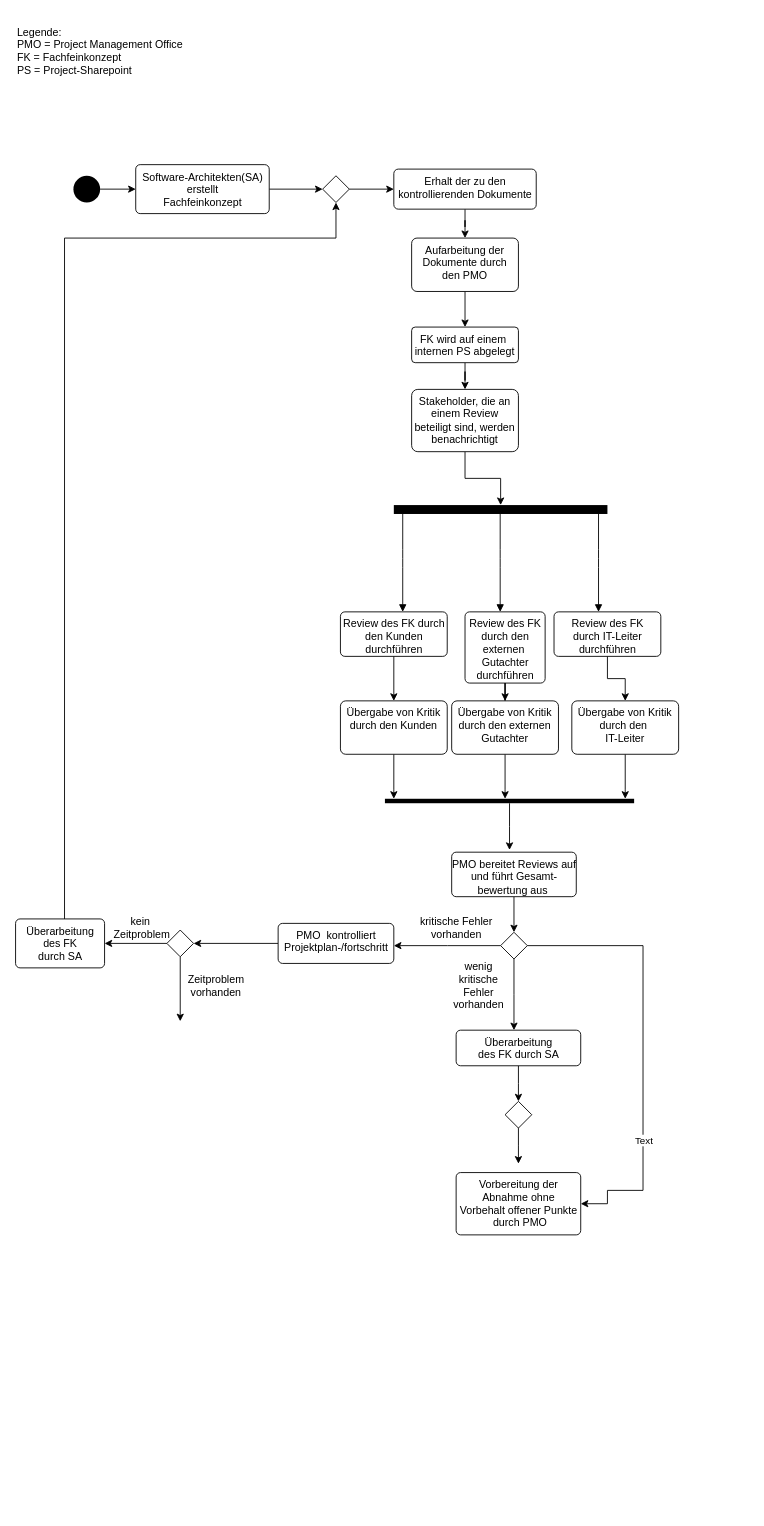
Above: Untitled Diagram.drawio in nfried2s/Studentofhbrs (draw.io), before the change. Source tidied: cells renumbered, new cells numbered last; positions are measured from the earlier drawing's top-left corner, leaving out a move shared by most shapes. Both pictures are drawn from the tidied source at 89%, with x=0, y=0 at pixel (15, 24).
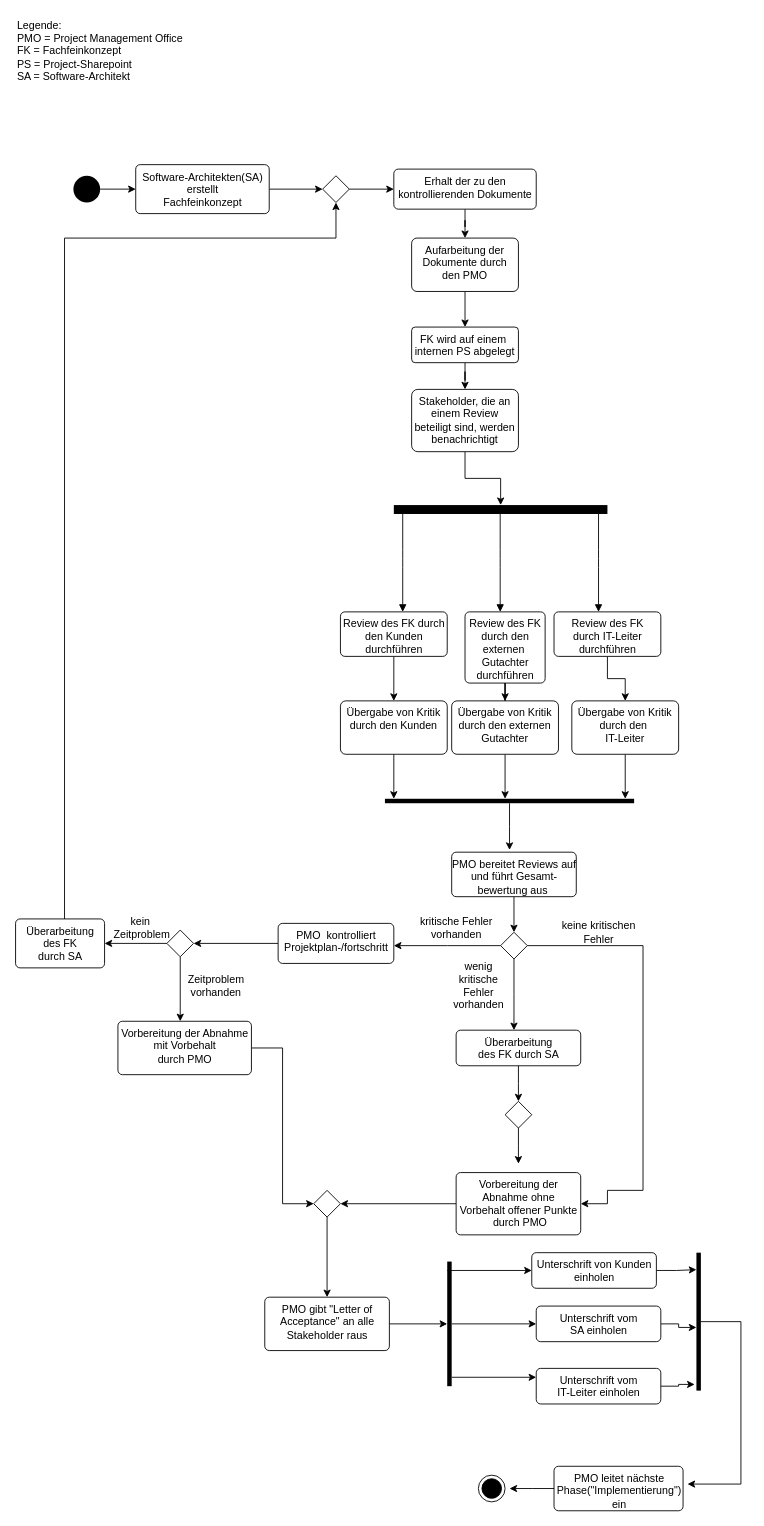
The same diagram, later.

Commit message:
SE1 Uebung 2 Aufgabe 1

The change refers to these unchanged cells:
```xml
<mxCell id="37" style="edgeStyle=orthogonalEdgeStyle;rounded=0;jettySize=auto;html=1;entryX=1;entryY=0.5;entryDx=0;entryDy=0;" parent="1" edge="1" source="39" target="56">
  <mxGeometry relative="1" as="geometry">
    <Array as="points">
      <mxPoint x="705" y="1035" />
      <mxPoint x="705" y="1310" />
      <mxPoint x="665" y="1310" />
      <mxPoint x="665" y="1325" />
    </Array>
  </mxGeometry>
</mxCell>
<mxCell id="56" value="Vorbereitung der&lt;br&gt;Abnahme ohne&lt;br&gt;Vorbehalt offener Punkte&lt;br&gt;&amp;nbsp;durch PMO" style="html=1;align=center;verticalAlign=top;rounded=1;absoluteArcSize=1;arcSize=10;dashed=0;" parent="1" vertex="1">
  <mxGeometry x="495" y="1290" width="140" height="70" as="geometry" />
</mxCell>
```

Change to the diagram source:
```diff
@@
-    <mxCell id="10" value="Legende:&lt;br&gt;PMO = Project Management Office&lt;br&gt;FK = Fachfeinkonzept&lt;br&gt;PS = Project-Sharepoint" style="text;html=1;align=left;verticalAlign=middle;" parent="1" vertex="1">
-      <mxGeometry width="200" height="60" as="geometry" />
+    <mxCell id="10" value="Legende:&lt;br&gt;PMO = Project Management Office&lt;br&gt;FK = Fachfeinkonzept&lt;br&gt;PS = Project-Sharepoint&lt;br&gt;SA = Software-Architekt" style="text;html=1;align=left;verticalAlign=middle;" parent="1" vertex="1">
+      <mxGeometry y="-10" width="200" height="80" as="geometry" />
     </mxCell>
@@
-    <mxCell id="38" value="Text" style="edgeLabel;html=1;align=center;verticalAlign=middle;" parent="37" vertex="1">
-      <mxGeometry x="0.42" relative="1" as="geometry" />
-    </mxCell>
@@
+    <mxCell id="58" style="edgeStyle=orthogonalEdgeStyle;rounded=0;jettySize=auto;html=1;entryX=1;entryY=0.5;entryDx=0;entryDy=0;" parent="1" edge="1" source="56" target="62">
+      <mxGeometry relative="1" as="geometry" />
+    </mxCell>
@@
+    <mxCell id="59" style="edgeStyle=orthogonalEdgeStyle;rounded=0;jettySize=auto;html=1;entryX=0;entryY=0.5;entryDx=0;entryDy=0;" parent="1" edge="1" source="60" target="62">
+      <mxGeometry relative="1" as="geometry" />
+    </mxCell>
+    <mxCell id="60" value="Vorbereitung der Abnahme&lt;br&gt;mit Vorbehalt&lt;br&gt;durch PMO" style="html=1;align=center;verticalAlign=top;rounded=1;absoluteArcSize=1;arcSize=10;dashed=0;" parent="1" vertex="1">
+      <mxGeometry x="115" y="1120" width="150" height="60" as="geometry" />
+    </mxCell>
+    <mxCell id="61" style="edgeStyle=orthogonalEdgeStyle;rounded=0;jettySize=auto;html=1;entryX=0.5;entryY=0;entryDx=0;entryDy=0;" parent="1" edge="1" source="62" target="65">
+      <mxGeometry relative="1" as="geometry" />
+    </mxCell>
+    <mxCell id="62" style="rhombus;" parent="1" vertex="1">
+      <mxGeometry x="335" y="1310" width="30" height="30" as="geometry" />
+    </mxCell>
+    <mxCell id="63" value="keine kritischen&lt;br&gt;Fehler" style="text;html=1;align=center;verticalAlign=middle;" parent="1" vertex="1">
+      <mxGeometry x="605" y="1005" width="100" height="30" as="geometry" />
+    </mxCell>
+    <mxCell id="64" style="edgeStyle=orthogonalEdgeStyle;rounded=0;jettySize=auto;html=1;" parent="1" edge="1" source="65" target="67">
+      <mxGeometry relative="1" as="geometry" />
+    </mxCell>
+    <mxCell id="65" value="PMO gibt &quot;Letter of&lt;br&gt;Acceptance&quot; an alle&lt;br&gt;Stakeholder raus" style="html=1;align=center;verticalAlign=top;rounded=1;absoluteArcSize=1;arcSize=10;dashed=0;" parent="1" vertex="1">
+      <mxGeometry x="280" y="1430" width="140" height="60" as="geometry" />
+    </mxCell>
+    <mxCell id="66" style="edgeStyle=orthogonalEdgeStyle;rounded=0;jettySize=auto;html=1;" parent="1" edge="1" source="67">
+      <mxGeometry relative="1" as="geometry">
+        <mxPoint x="585" y="1460" as="targetPoint" />
+      </mxGeometry>
+    </mxCell>
+    <mxCell id="67" style="html=1;points=[];perimeter=orthogonalPerimeter;fillColor=#000000;strokeColor=none;" parent="1" vertex="1">
+      <mxGeometry x="485" y="1390" width="5" height="140" as="geometry" />
+    </mxCell>
+    <mxCell id="68" style="edgeStyle=orthogonalEdgeStyle;rounded=0;orthogonalLoop=1;jettySize=auto;html=1;" parent="1" edge="1">
+      <mxGeometry relative="1" as="geometry">
+        <mxPoint x="485" y="1400" as="sourcePoint" />
+        <mxPoint x="580" y="1400" as="targetPoint" />
+      </mxGeometry>
+    </mxCell>
+    <mxCell id="69" style="edgeStyle=orthogonalEdgeStyle;rounded=0;orthogonalLoop=1;jettySize=auto;html=1;" parent="1" edge="1">
+      <mxGeometry relative="1" as="geometry">
+        <mxPoint x="490" y="1520" as="sourcePoint" />
+        <mxPoint x="585" y="1520" as="targetPoint" />
+      </mxGeometry>
+    </mxCell>
+    <mxCell id="70" style="edgeStyle=orthogonalEdgeStyle;rounded=0;jettySize=auto;html=1;entryX=0;entryY=0.123;entryDx=0;entryDy=0;entryPerimeter=0;" parent="1" edge="1" source="71" target="77">
+      <mxGeometry relative="1" as="geometry" />
+    </mxCell>
+    <mxCell id="71" value="Unterschrift von Kunden&lt;br&gt;einholen" style="html=1;align=center;verticalAlign=top;rounded=1;absoluteArcSize=1;arcSize=10;dashed=0;" parent="1" vertex="1">
+      <mxGeometry x="580" y="1380" width="140" height="40" as="geometry" />
+    </mxCell>
+    <mxCell id="72" style="edgeStyle=orthogonalEdgeStyle;rounded=0;jettySize=auto;html=1;entryX=0;entryY=0.542;entryDx=0;entryDy=0;entryPerimeter=0;" parent="1" edge="1" source="73" target="77">
+      <mxGeometry relative="1" as="geometry" />
+    </mxCell>
+    <mxCell id="73" value="Unterschrift vom&lt;br&gt;SA einholen" style="html=1;align=center;verticalAlign=top;rounded=1;absoluteArcSize=1;arcSize=10;dashed=0;" parent="1" vertex="1">
+      <mxGeometry x="585" y="1440" width="140" height="40" as="geometry" />
+    </mxCell>
+    <mxCell id="74" style="edgeStyle=orthogonalEdgeStyle;rounded=0;jettySize=auto;html=1;entryX=-0.4;entryY=0.955;entryDx=0;entryDy=0;entryPerimeter=0;" parent="1" edge="1" source="75" target="77">
+      <mxGeometry relative="1" as="geometry" />
+    </mxCell>
+    <mxCell id="75" value="Unterschrift vom&lt;br&gt;IT-Leiter einholen" style="html=1;align=center;verticalAlign=top;rounded=1;absoluteArcSize=1;arcSize=10;dashed=0;" parent="1" vertex="1">
+      <mxGeometry x="585" y="1510" width="140" height="40" as="geometry" />
+    </mxCell>
+    <mxCell id="76" style="edgeStyle=orthogonalEdgeStyle;rounded=0;jettySize=auto;html=1;" parent="1" edge="1" source="77">
+      <mxGeometry relative="1" as="geometry">
+        <mxPoint x="755" y="1640" as="targetPoint" />
+        <Array as="points">
+          <mxPoint x="815" y="1458" />
+          <mxPoint x="815" y="1640" />
+        </Array>
+      </mxGeometry>
+    </mxCell>
+    <mxCell id="77" style="html=1;points=[];perimeter=orthogonalPerimeter;fillColor=#000000;strokeColor=none;" parent="1" vertex="1">
+      <mxGeometry x="765" y="1380" width="5" height="155" as="geometry" />
+    </mxCell>
+    <mxCell id="78" style="edgeStyle=orthogonalEdgeStyle;rounded=0;jettySize=auto;html=1;" parent="1" edge="1" source="79">
+      <mxGeometry relative="1" as="geometry">
+        <mxPoint x="555" y="1645" as="targetPoint" />
+      </mxGeometry>
+    </mxCell>
+    <mxCell id="79" value="PMO leitet nächste&lt;br&gt;Phase(&quot;Implementierung&quot;)&lt;br&gt;ein" style="html=1;align=center;verticalAlign=top;rounded=1;absoluteArcSize=1;arcSize=10;dashed=0;" parent="1" vertex="1">
+      <mxGeometry x="605" y="1620" width="145" height="50" as="geometry" />
+    </mxCell>
+    <mxCell id="80" style="ellipse;html=1;shape=endState;fillColor=#000000;strokeColor=#000000;" parent="1" vertex="1">
+      <mxGeometry x="520" y="1630" width="30" height="30" as="geometry" />
+    </mxCell>
```
